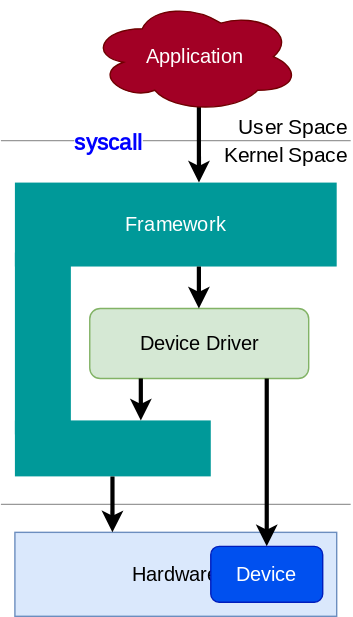
This is docs/lecture/programmation-noyau/pilotes/img/device_model.drawio.svg from mse-csel/website, a draw.io export, as it was before one commit. Source tidied: cells renumbered, new cells last; positions are measured from the earlier drawing's top-left corner, leaving out a move shared by most shapes.
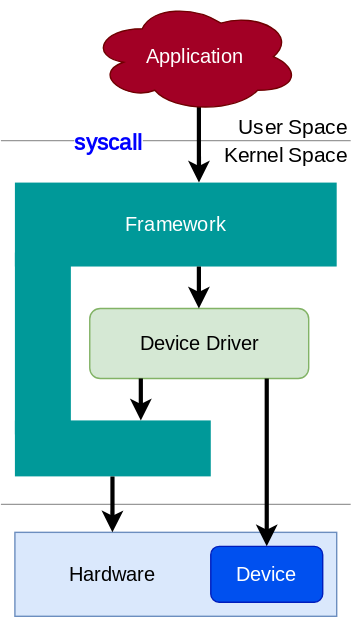
The same file after the commit.

The edit, as a diff of the source:
```diff
@@ -8,7 +8,7 @@
     <mxCell id="3" value="&lt;font face=&quot;Roboto&quot;&gt;Device Driver&lt;/font&gt;" style="rounded=1;whiteSpace=wrap;html=1;fontFamily=Source Code Pro;fontSource=https%3A%2F%2Ffonts.googleapis.com%2Fcss%3Ffamily%3DSource%2BCode%2BPro;fontSize=14;fillColor=#d5e8d4;strokeColor=#82b366;" parent="1" vertex="1">
       <mxGeometry x="63.5" y="220" width="156.5" height="50" as="geometry" />
     </mxCell>
-    <mxCell id="4" value="&lt;font face=&quot;Roboto&quot;&gt;Hardware&amp;nbsp; &amp;nbsp; &amp;nbsp; &amp;nbsp; &amp;nbsp; &amp;nbsp; &amp;nbsp;&amp;nbsp;&lt;br&gt;&lt;/font&gt;" style="rounded=0;whiteSpace=wrap;html=1;fontFamily=Source Code Pro;fontSource=https%3A%2F%2Ffonts.googleapis.com%2Fcss%3Ffamily%3DSource%2BCode%2BPro;fontSize=14;fillColor=#dae8fc;strokeColor=#6c8ebf;" parent="1" vertex="1">
+    <mxCell id="4" value="&lt;font face=&quot;Roboto&quot;&gt;&lt;br&gt;&lt;/font&gt;" style="rounded=0;whiteSpace=wrap;html=1;fontFamily=Source Code Pro;fontSource=https%3A%2F%2Ffonts.googleapis.com%2Fcss%3Ffamily%3DSource%2BCode%2BPro;fontSize=14;fillColor=#dae8fc;strokeColor=#6c8ebf;" parent="1" vertex="1">
       <mxGeometry x="10" y="380" width="230" height="60" as="geometry" />
     </mxCell>
     <mxCell id="5" value="Device" style="rounded=1;whiteSpace=wrap;html=1;fontFamily=Roboto;fontSource=https%3A%2F%2Ffonts.googleapis.com%2Fcss%3Ffamily%3DRoboto;fontSize=14;fillColor=#0050ef;strokeColor=#001DBC;fontColor=#ffffff;" parent="1" vertex="1">
@@ -72,5 +72,8 @@
     <mxCell id="18" value="&lt;font face=&quot;Roboto&quot;&gt;Application&lt;/font&gt;" style="ellipse;shape=cloud;whiteSpace=wrap;html=1;rounded=1;strokeColor=#6F0000;fillColor=#a20025;fontColor=#ffffff;fontSize=14;" parent="1" vertex="1">
       <mxGeometry x="63.5" width="150" height="80" as="geometry" />
     </mxCell>
+    <mxCell id="19" value="Hardware" style="text;html=1;strokeColor=none;fillColor=none;align=center;verticalAlign=middle;whiteSpace=wrap;rounded=0;fontFamily=Roboto;fontSource=https%3A%2F%2Ffonts.googleapis.com%2Fcss%3Ffamily%3DRoboto;fontSize=14;" parent="1" vertex="1">
+      <mxGeometry x="50" y="395" width="60" height="30" as="geometry" />
+    </mxCell>
   </root>
 </mxGraphModel>
```
